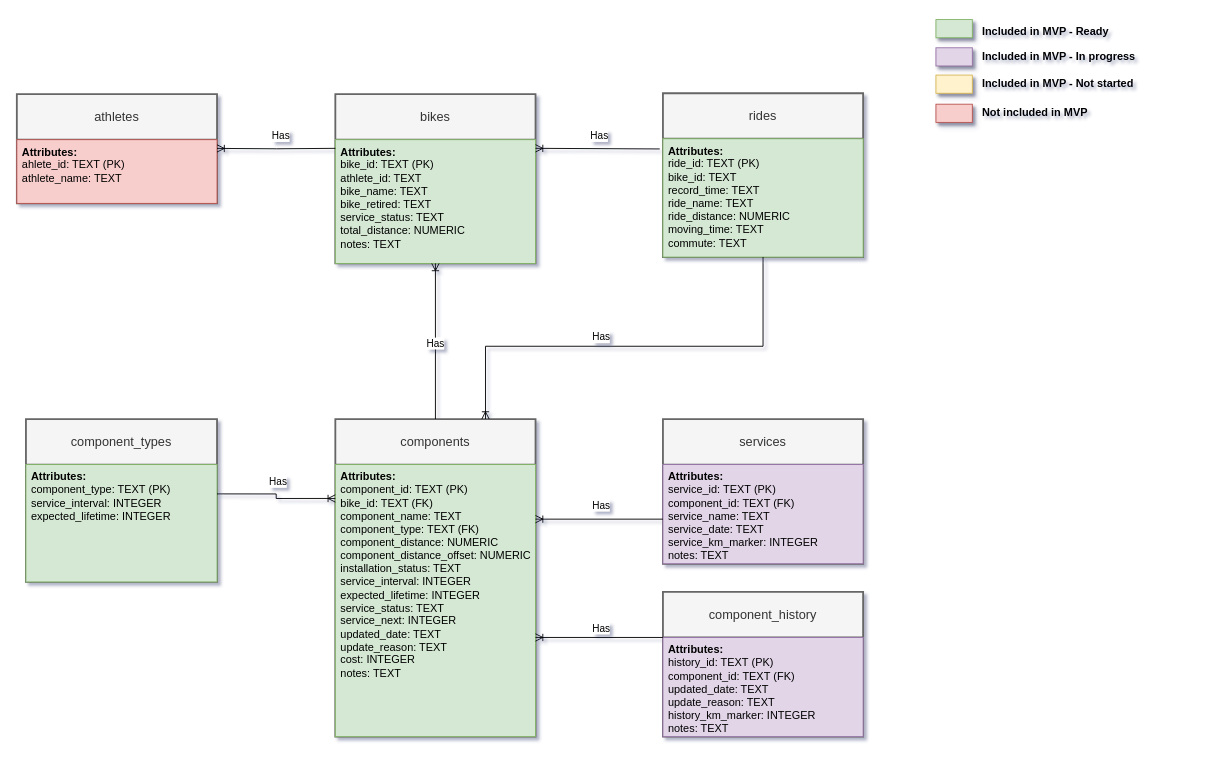
Earlier version of the draw.io diagram page "Database structure" (5 of 7) of docs/all_diagrams.drawio (xivind/velo-supervisor-2000). Source tidied: cells renumbered, new cells numbered last; positions are measured from the earlier drawing's top-left corner, leaving out a move shared by most shapes. Both pictures are drawn from the tidied source at 91%, with x=0, y=0 at pixel (16, 17).
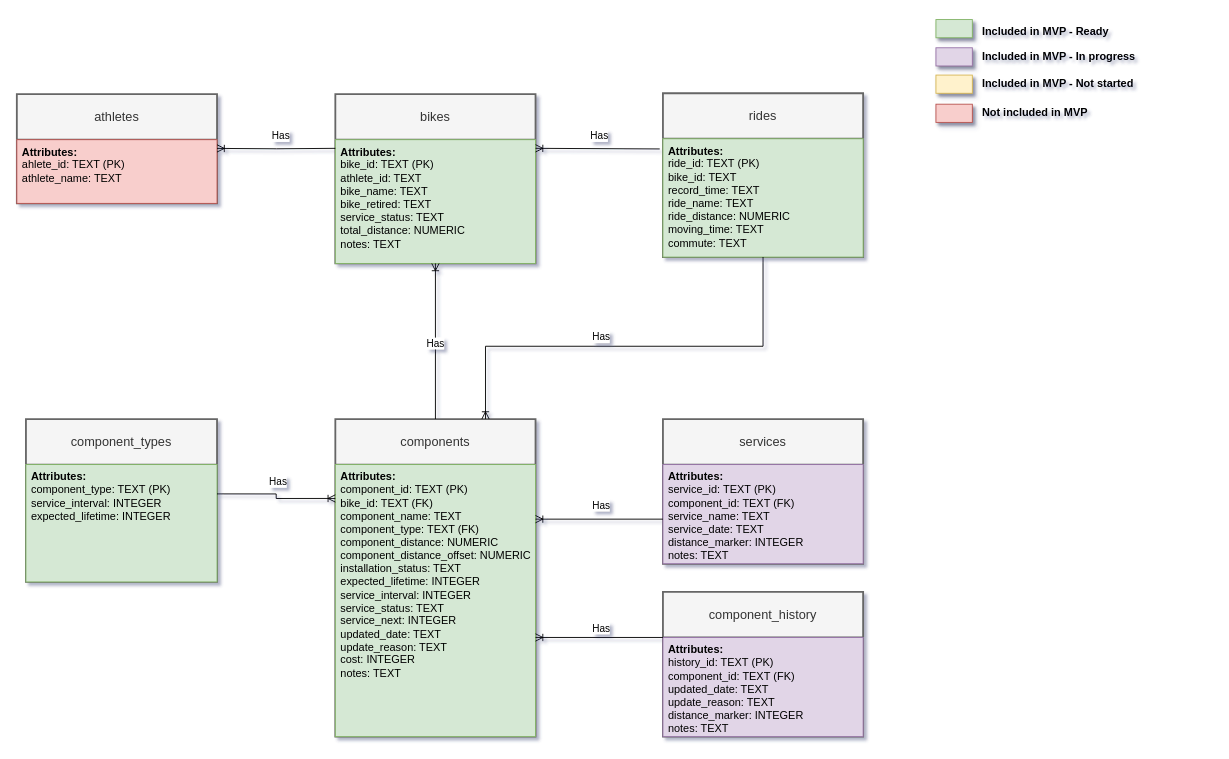
Above is the later version.

Commit message:
Changes in tables (ER diagram)

The change refers to these unchanged cells:
```xml
<mxCell id="8" value="components" style="swimlane;horizontal=1;startSize=50;rounded=0;fontSize=14;fontStyle=0;strokeWidth=2;shadow=0;dashed=0;align=center;arcSize=0;whiteSpace=wrap;html=1;fillColor=#f5f5f5;strokeColor=#666666;fontColor=#333333;" parent="1" vertex="1">
  <mxGeometry x="350" y="441" width="220" height="349" as="geometry" />
</mxCell>
<mxCell id="10" value="services" style="swimlane;horizontal=1;startSize=50;rounded=0;fontSize=14;fontStyle=0;strokeWidth=2;shadow=0;dashed=0;align=center;arcSize=0;whiteSpace=wrap;html=1;fillColor=#f5f5f5;fontColor=#333333;strokeColor=#666666;" parent="1" vertex="1">
  <mxGeometry x="710" y="441" width="220" height="159" as="geometry" />
</mxCell>
<mxCell id="26" value="component_history" style="swimlane;horizontal=1;startSize=50;rounded=0;fontSize=14;fontStyle=0;strokeWidth=2;shadow=0;dashed=0;align=center;arcSize=0;whiteSpace=wrap;html=1;fillColor=#f5f5f5;strokeColor=#666666;fontColor=#333333;" parent="1" vertex="1">
  <mxGeometry x="710" y="631" width="220" height="159" as="geometry" />
</mxCell>
```

Diff of the diagram source:
```diff
@@
-    <mxCell id="9" value="&lt;div&gt;&lt;span style=&quot;background-color: initial;&quot;&gt;&lt;b&gt;Attributes:&lt;/b&gt;&lt;/span&gt;&lt;/div&gt;&lt;div&gt;&lt;span style=&quot;background-color: initial;&quot;&gt;component_id&lt;/span&gt;&lt;span style=&quot;background-color: initial;&quot;&gt;: TEXT&lt;/span&gt;&lt;span style=&quot;background-color: initial;&quot;&gt;&amp;nbsp;(PK)&lt;/span&gt;&lt;/div&gt;&lt;div&gt;bike_id&lt;span style=&quot;background-color: initial;&quot;&gt;: TEXT (FK)&lt;/span&gt;&lt;/div&gt;component_name: TEXT&lt;div&gt;component_type&lt;span style=&quot;background-color: initial;&quot;&gt;: TEXT (FK)&lt;/span&gt;&lt;/div&gt;&lt;div&gt;component_distance&lt;span style=&quot;background-color: initial;&quot;&gt;: NUMERIC&lt;/span&gt;&lt;br&gt;&lt;/div&gt;&lt;div&gt;component_distance_offset&lt;span style=&quot;background-color: initial;&quot;&gt;: NUMERIC&lt;/span&gt;&lt;br&gt;&lt;/div&gt;&lt;div&gt;installation_status&lt;span style=&quot;background-color: initial;&quot;&gt;: TEXT&lt;/span&gt;&lt;/div&gt;&lt;div&gt;service_interval&lt;span style=&quot;background-color: initial;&quot;&gt;: INTEGER&lt;/span&gt;&lt;/div&gt;&lt;div&gt;expected_lifetime&lt;span style=&quot;background-color: initial;&quot;&gt;:&amp;nbsp;&lt;/span&gt;&lt;span style=&quot;background-color: initial;&quot;&gt;INTEGER&lt;/span&gt;&lt;/div&gt;&lt;div&gt;service_status&lt;span style=&quot;background-color: initial;&quot;&gt;: TEXT&lt;/span&gt;&lt;/div&gt;&lt;div&gt;service_next&lt;span style=&quot;background-color: initial;&quot;&gt;:&amp;nbsp;&lt;/span&gt;&lt;span style=&quot;background-color: initial;&quot;&gt;INTEGER&lt;/span&gt;&lt;/div&gt;&lt;div&gt;&lt;span style=&quot;background-color: initial;&quot;&gt;updated_d&lt;/span&gt;&lt;span style=&quot;background-color: initial;&quot;&gt;ate&lt;/span&gt;&lt;span style=&quot;background-color: initial;&quot;&gt;: TEXT&lt;/span&gt;&lt;br&gt;&lt;/div&gt;&lt;div&gt;update_reason&lt;span style=&quot;background-color: initial;&quot;&gt;: TEXT&lt;/span&gt;&lt;/div&gt;&lt;div&gt;cost&lt;span style=&quot;background-color: initial;&quot;&gt;:&amp;nbsp;&lt;/span&gt;&lt;span style=&quot;background-color: initial;&quot;&gt;INTEGER&lt;/span&gt;&lt;/div&gt;&lt;div&gt;notes&lt;span style=&quot;background-color: initial;&quot;&gt;: TEXT&lt;/span&gt;&lt;/div&gt;" style="align=left;spacingLeft=4;fontSize=12;verticalAlign=top;html=1;rounded=0;fillColor=#d5e8d4;strokeColor=#82b366;" parent="8" vertex="1">
+    <mxCell id="9" value="&lt;div&gt;&lt;span style=&quot;background-color: initial;&quot;&gt;&lt;b&gt;Attributes:&lt;/b&gt;&lt;/span&gt;&lt;/div&gt;&lt;div&gt;&lt;span style=&quot;background-color: initial;&quot;&gt;component_id&lt;/span&gt;&lt;span style=&quot;background-color: initial;&quot;&gt;: TEXT&lt;/span&gt;&lt;span style=&quot;background-color: initial;&quot;&gt;&amp;nbsp;(PK)&lt;/span&gt;&lt;/div&gt;&lt;div&gt;bike_id&lt;span style=&quot;background-color: initial;&quot;&gt;: TEXT (FK)&lt;/span&gt;&lt;/div&gt;component_name: TEXT&lt;div&gt;component_type&lt;span style=&quot;background-color: initial;&quot;&gt;: TEXT (FK)&lt;/span&gt;&lt;/div&gt;&lt;div&gt;component_distance&lt;span style=&quot;background-color: initial;&quot;&gt;: NUMERIC&lt;/span&gt;&lt;br&gt;&lt;/div&gt;&lt;div&gt;component_distance_offset&lt;span style=&quot;background-color: initial;&quot;&gt;: NUMERIC&lt;/span&gt;&lt;br&gt;&lt;/div&gt;&lt;div&gt;installation_status&lt;span style=&quot;background-color: initial;&quot;&gt;: TEXT&lt;/span&gt;&lt;/div&gt;&lt;div&gt;expected_lifetime&lt;span style=&quot;background-color: initial;&quot;&gt;:&amp;nbsp;&lt;/span&gt;&lt;span style=&quot;background-color: initial;&quot;&gt;INTEGER&lt;/span&gt;&lt;br&gt;&lt;/div&gt;&lt;div&gt;service_interval&lt;span style=&quot;background-color: initial;&quot;&gt;: INTEGER&lt;/span&gt;&lt;/div&gt;&lt;div&gt;service_status&lt;span style=&quot;background-color: initial;&quot;&gt;: TEXT&lt;/span&gt;&lt;/div&gt;&lt;div&gt;service_next&lt;span style=&quot;background-color: initial;&quot;&gt;:&amp;nbsp;&lt;/span&gt;&lt;span style=&quot;background-color: initial;&quot;&gt;INTEGER&lt;/span&gt;&lt;/div&gt;&lt;div&gt;&lt;span style=&quot;background-color: initial;&quot;&gt;updated_d&lt;/span&gt;&lt;span style=&quot;background-color: initial;&quot;&gt;ate&lt;/span&gt;&lt;span style=&quot;background-color: initial;&quot;&gt;: TEXT&lt;/span&gt;&lt;br&gt;&lt;/div&gt;&lt;div&gt;update_reason&lt;span style=&quot;background-color: initial;&quot;&gt;: TEXT&lt;/span&gt;&lt;/div&gt;&lt;div&gt;cost&lt;span style=&quot;background-color: initial;&quot;&gt;:&amp;nbsp;&lt;/span&gt;&lt;span style=&quot;background-color: initial;&quot;&gt;INTEGER&lt;/span&gt;&lt;/div&gt;&lt;div&gt;notes&lt;span style=&quot;background-color: initial;&quot;&gt;: TEXT&lt;/span&gt;&lt;/div&gt;" style="align=left;spacingLeft=4;fontSize=12;verticalAlign=top;html=1;rounded=0;fillColor=#d5e8d4;strokeColor=#82b366;" parent="8" vertex="1">
       <mxGeometry y="50" width="220" height="299" as="geometry" />
     </mxCell>
@@
-    <mxCell id="11" value="&lt;div&gt;&lt;b&gt;Attributes:&lt;/b&gt;&lt;br&gt;&lt;/div&gt;&lt;div&gt;service_id&lt;span style=&quot;background-color: initial;&quot;&gt;: TEXT&lt;/span&gt;&lt;span style=&quot;background-color: initial;&quot;&gt;&amp;nbsp;(PK)&lt;/span&gt;&lt;/div&gt;&lt;div&gt;component_id&lt;span style=&quot;background-color: initial;&quot;&gt;: TEXT (FK)&lt;/span&gt;&lt;/div&gt;&lt;div&gt;service_name&lt;span style=&quot;background-color: initial;&quot;&gt;: TEXT&lt;/span&gt;&lt;/div&gt;service_date: TEXT&lt;div&gt;service_km_marker: INTEGER&lt;/div&gt;&lt;div&gt;&lt;div&gt;notes&lt;span style=&quot;background-color: initial;&quot;&gt;: TEXT&lt;/span&gt;&lt;/div&gt;&lt;/div&gt;" style="align=left;spacingLeft=4;fontSize=12;verticalAlign=top;html=1;rounded=0;fillColor=#e1d5e7;strokeColor=#9673a6;" parent="10" vertex="1">
+    <mxCell id="11" value="&lt;div&gt;&lt;b&gt;Attributes:&lt;/b&gt;&lt;br&gt;&lt;/div&gt;&lt;div&gt;service_id&lt;span style=&quot;background-color: initial;&quot;&gt;: TEXT&lt;/span&gt;&lt;span style=&quot;background-color: initial;&quot;&gt;&amp;nbsp;(PK)&lt;/span&gt;&lt;/div&gt;&lt;div&gt;component_id&lt;span style=&quot;background-color: initial;&quot;&gt;: TEXT (FK)&lt;/span&gt;&lt;/div&gt;&lt;div&gt;service_name&lt;span style=&quot;background-color: initial;&quot;&gt;: TEXT&lt;/span&gt;&lt;/div&gt;service_date: TEXT&lt;div&gt;distance_marker: INTEGER&lt;/div&gt;&lt;div&gt;&lt;div&gt;notes&lt;span style=&quot;background-color: initial;&quot;&gt;: TEXT&lt;/span&gt;&lt;/div&gt;&lt;/div&gt;" style="align=left;spacingLeft=4;fontSize=12;verticalAlign=top;html=1;rounded=0;fillColor=#e1d5e7;strokeColor=#9673a6;" parent="10" vertex="1">
       <mxGeometry y="50" width="220" height="109" as="geometry" />
     </mxCell>
@@
-    <mxCell id="27" value="&lt;div&gt;&lt;b&gt;Attributes:&lt;/b&gt;&lt;br&gt;&lt;/div&gt;&lt;div&gt;history_id&lt;span style=&quot;background-color: initial;&quot;&gt;: TEXT&lt;/span&gt;&lt;span style=&quot;background-color: initial;&quot;&gt;&amp;nbsp;(PK)&lt;/span&gt;&lt;br&gt;&lt;/div&gt;&lt;div&gt;component_id&lt;span style=&quot;background-color: initial;&quot;&gt;: TEXT&amp;nbsp;&lt;/span&gt;&lt;span style=&quot;background-color: initial;&quot;&gt;(FK)&lt;/span&gt;&lt;/div&gt;&lt;div&gt;updated_date&lt;span style=&quot;background-color: initial;&quot;&gt;: TEXT&lt;/span&gt;&lt;/div&gt;&lt;div&gt;update_reason&lt;span style=&quot;background-color: initial;&quot;&gt;: TEXT&lt;/span&gt;&lt;/div&gt;&lt;div&gt;history_km_marker: INTEGER&lt;/div&gt;&lt;div&gt;&lt;span style=&quot;background-color: initial;&quot;&gt;notes: TEXT&lt;/span&gt;&lt;/div&gt;" style="align=left;spacingLeft=4;fontSize=12;verticalAlign=top;html=1;rounded=0;fillColor=#e1d5e7;strokeColor=#9673a6;" parent="26" vertex="1">
+    <mxCell id="27" value="&lt;div&gt;&lt;b&gt;Attributes:&lt;/b&gt;&lt;br&gt;&lt;/div&gt;&lt;div&gt;history_id&lt;span style=&quot;background-color: initial;&quot;&gt;: TEXT&lt;/span&gt;&lt;span style=&quot;background-color: initial;&quot;&gt;&amp;nbsp;(PK)&lt;/span&gt;&lt;br&gt;&lt;/div&gt;&lt;div&gt;component_id&lt;span style=&quot;background-color: initial;&quot;&gt;: TEXT&amp;nbsp;&lt;/span&gt;&lt;span style=&quot;background-color: initial;&quot;&gt;(FK)&lt;/span&gt;&lt;/div&gt;&lt;div&gt;updated_date&lt;span style=&quot;background-color: initial;&quot;&gt;: TEXT&lt;/span&gt;&lt;/div&gt;&lt;div&gt;update_reason&lt;span style=&quot;background-color: initial;&quot;&gt;: TEXT&lt;/span&gt;&lt;/div&gt;&lt;div&gt;distance_marker: INTEGER&lt;/div&gt;&lt;div&gt;&lt;span style=&quot;background-color: initial;&quot;&gt;notes: TEXT&lt;/span&gt;&lt;/div&gt;" style="align=left;spacingLeft=4;fontSize=12;verticalAlign=top;html=1;rounded=0;fillColor=#e1d5e7;strokeColor=#9673a6;" parent="26" vertex="1">
       <mxGeometry y="50" width="220" height="109" as="geometry" />
     </mxCell>
```
